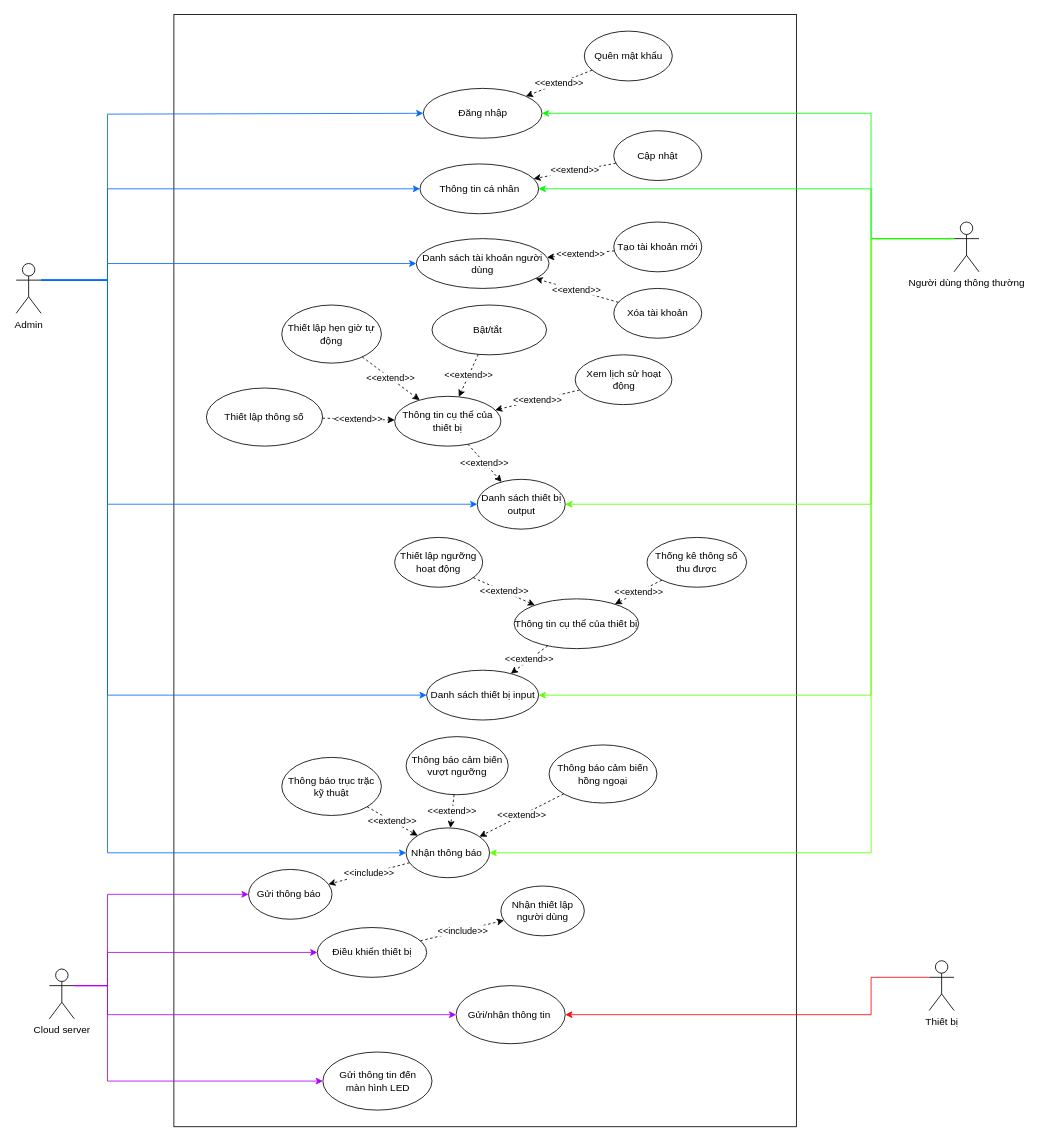
Earlier version of the draw.io diagram Week 2/Use case diagram.drawio (astr0tas/Smart-Home-CNPM). Source tidied: cells renumbered, new cells numbered last; positions are measured from the earlier drawing's top-left corner, leaving out a move shared by most shapes. Both pictures are drawn from the tidied source at 83%, with x=0, y=0 at pixel (16, 14).
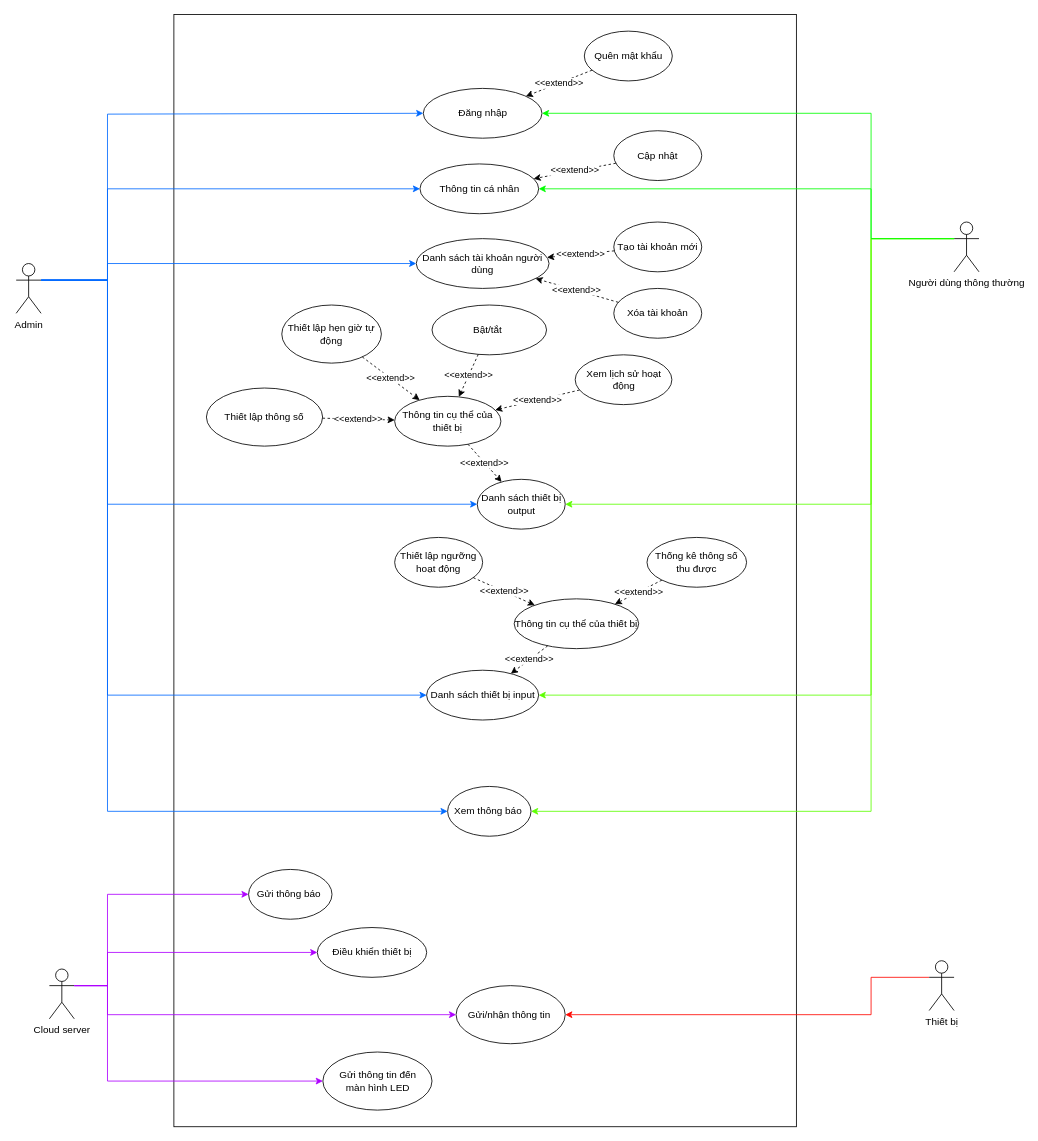
Above is the later version.

Unchanged cells that the change refers to:
```xml
<mxCell id="3" value="Admin" style="shape=umlActor;verticalLabelPosition=bottom;verticalAlign=top;html=1;outlineConnect=0;" parent="1" vertex="1">
  <mxGeometry y="300" width="30" height="60" as="geometry" />
</mxCell>
<mxCell id="13" value="Người dùng thông thường" style="shape=umlActor;verticalLabelPosition=bottom;verticalAlign=top;html=1;outlineConnect=0;" parent="1" vertex="1">
  <mxGeometry x="1130" y="250" width="30" height="60" as="geometry" />
</mxCell>
<mxCell id="37" value="Điều khiển thiết bị" style="ellipse;whiteSpace=wrap;html=1;" parent="1" vertex="1">
  <mxGeometry x="362.8" y="1100" width="131.8" height="60" as="geometry" />
</mxCell>
<mxCell id="45" value="Gửi thông báo&amp;nbsp;" style="ellipse;whiteSpace=wrap;html=1;" parent="1" vertex="1">
  <mxGeometry x="280" y="1030" width="100.5" height="60" as="geometry" />
</mxCell>
```

Diff of the diagram source:
```diff
@@
-    <mxCell id="26" value="Thông báo trục trặc kỹ thuật" style="ellipse;whiteSpace=wrap;html=1;" parent="1" vertex="1">
-      <mxGeometry x="320" y="895" width="120" height="70" as="geometry" />
-    </mxCell>
-    <mxCell id="27" value="Thông báo cảm biến vượt ngưỡng" style="ellipse;whiteSpace=wrap;html=1;" parent="1" vertex="1">
-      <mxGeometry x="469.8" y="870" width="123" height="70" as="geometry" />
-    </mxCell>
-    <mxCell id="28" value="Thông báo cảm biến hồng ngoại" style="ellipse;whiteSpace=wrap;html=1;" parent="1" vertex="1">
-      <mxGeometry x="642" y="880" width="130" height="70" as="geometry" />
-    </mxCell>
     <mxCell id="29" style="endArrow=classic;html=1;rounded=0;strokeColor=#5EFF00;exitX=0;exitY=0.3333333333333333;exitDx=0;exitDy=0;exitPerimeter=0;entryX=1;entryY=0.5;entryDx=0;entryDy=0;edgeStyle=orthogonalEdgeStyle;" parent="1" edge="1" source="13" target="38">
       <mxGeometry relative="1" as="geometry">
         <Array as="points">
           <mxPoint x="1030" y="270" />
-          <mxPoint x="1030" y="1010" />
+          <mxPoint x="1030" y="960" />
         </Array>
       </mxGeometry>
     </mxCell>
     <mxCell id="30" style="endArrow=classic;html=1;rounded=0;strokeColor=#006aff;exitX=1;exitY=0.3333333333333333;exitDx=0;exitDy=0;exitPerimeter=0;entryX=0;entryY=0.5;entryDx=0;entryDy=0;edgeStyle=orthogonalEdgeStyle;" parent="1" edge="1" source="3" target="38">
       <mxGeometry relative="1" as="geometry">
         <Array as="points">
           <mxPoint x="110" y="320" />
-          <mxPoint x="110" y="1010" />
+          <mxPoint x="110" y="960" />
         </Array>
       </mxGeometry>
     </mxCell>
@@
-    <mxCell id="38" value="Nhận thông báo&amp;nbsp;" style="ellipse;whiteSpace=wrap;html=1;" parent="1" vertex="1">
-      <mxGeometry x="469.8" y="980" width="100.5" height="60" as="geometry" />
+    <mxCell id="38" value="Xem thông báo&amp;nbsp;" style="ellipse;whiteSpace=wrap;html=1;" parent="1" vertex="1">
+      <mxGeometry x="519.8" y="930" width="100.5" height="60" as="geometry" />
     </mxCell>
-    <mxCell id="39" value="&amp;lt;&amp;lt;extend&amp;gt;&amp;gt;" style="endArrow=classic;html=1;rounded=0;dashed=1;" parent="1" edge="1" source="26" target="38">
-      <mxGeometry relative="1" as="geometry" />
-    </mxCell>
-    <mxCell id="40" value="&amp;lt;&amp;lt;extend&amp;gt;&amp;gt;" style="endArrow=classic;html=1;rounded=0;dashed=1;" parent="1" edge="1" source="27" target="38">
-      <mxGeometry relative="1" as="geometry" />
-    </mxCell>
-    <mxCell id="41" value="&amp;lt;&amp;lt;extend&amp;gt;&amp;gt;" style="endArrow=classic;html=1;rounded=0;dashed=1;" parent="1" edge="1" source="28" target="38">
-      <mxGeometry relative="1" as="geometry" />
-    </mxCell>
@@
-    <mxCell id="56" value="Nhận thiết lập người dùng" style="ellipse;whiteSpace=wrap;html=1;" parent="1" vertex="1">
-      <mxGeometry x="584" y="1050" width="100.5" height="60" as="geometry" />
-    </mxCell>
-    <mxCell id="57" value="&amp;lt;&amp;lt;include&amp;gt;&amp;gt;" style="endArrow=classic;html=1;rounded=0;dashed=1;" parent="1" edge="1" source="37" target="56">
-      <mxGeometry relative="1" as="geometry" />
-    </mxCell>
-    <mxCell id="58" value="&amp;lt;&amp;lt;include&amp;gt;&amp;gt;" style="endArrow=classic;html=1;rounded=0;dashed=1;" parent="1" edge="1" source="38" target="45">
-      <mxGeometry relative="1" as="geometry" />
-    </mxCell>
```
